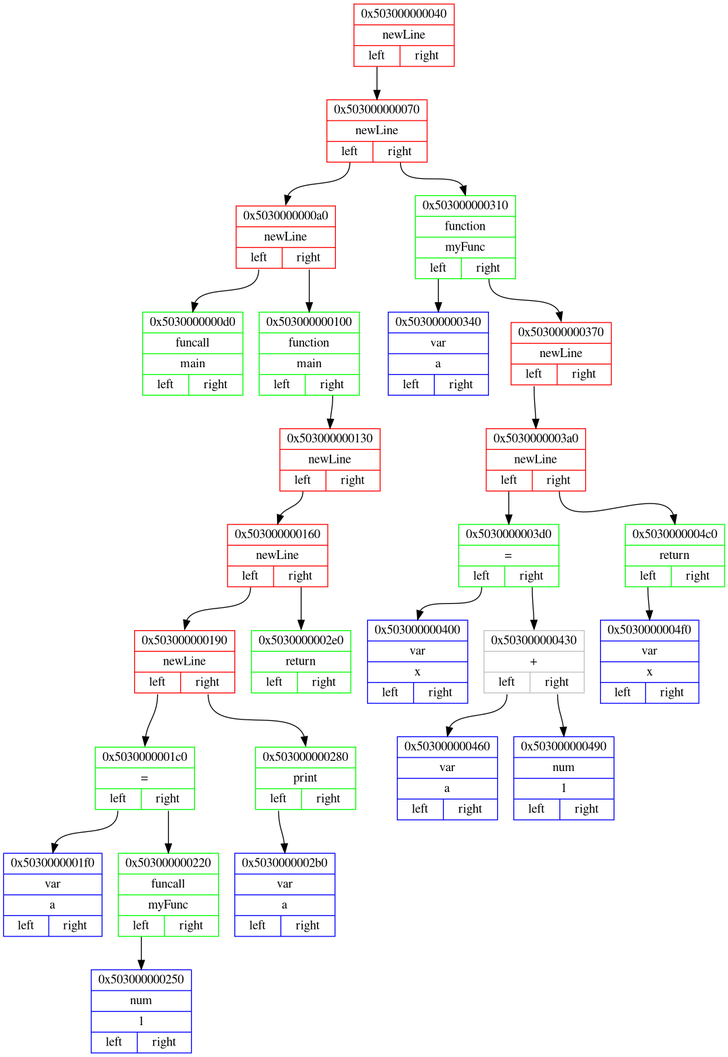
Before: png_files/backendDotFile.dot.png, a diagram exported from Graphviz (Matvey787/myProgLanguage). Its source is kept beside it as dot_files/backendDotFile.dot.
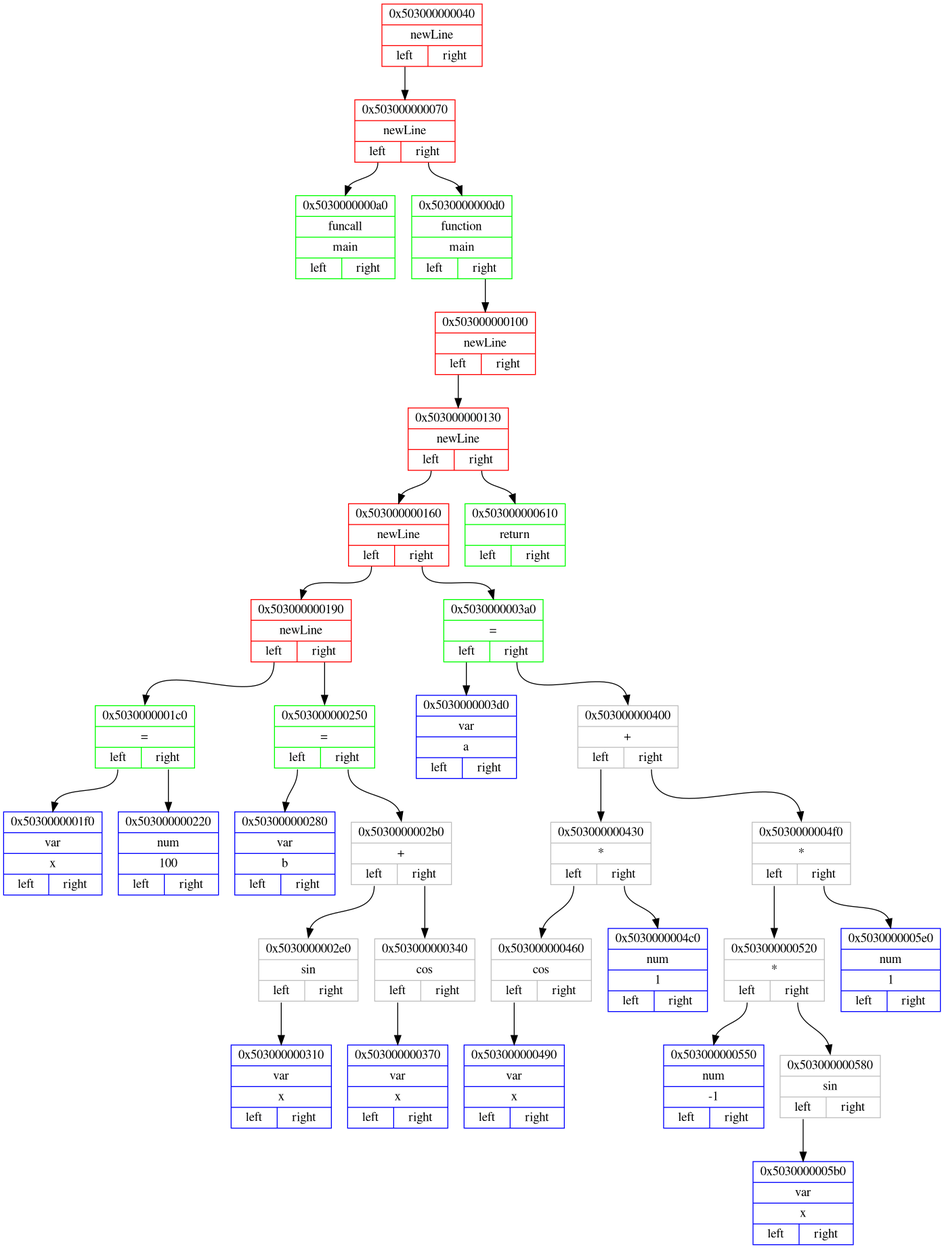
After the commit.

Change to the diagram source:
```diff
@@ -4,53 +4,65 @@
 
 node0x503000000040 [ shape=record, color = red rank = 1, label= "{ 0x503000000040 | newLine |         {<n0x503000000040_l> left | <n0x503000000040_r> right}} " ];
 node0x503000000070 [ shape=record, color = red rank = 2, label= "{ 0x503000000070 | newLine |         {<n0x503000000070_l> left | <n0x503000000070_r> right}} " ];
-node0x5030000000a0 [ shape=record, color = red rank = 3, label= "{ 0x5030000000a0 | newLine |         {<n0x5030000000a0_l> left | <n0x5030000000a0_r> right}} " ];
-node0x5030000000d0 [ shape=record, color = green rank = 4, label= "{ 0x5030000000d0 | funcall | main |         {<n0x5030000000d0_l> left | <n0x5030000000d0_r> right}} " ];
-node0x5030000000a0:<n0x5030000000a0_l>:s -> node0x5030000000d0:n [ color = black; ]
-node0x503000000100 [ shape=record, color = green rank = 5, label= "{ 0x503000000100 | function | main |         {<n0x503000000100_l> left | <n0x503000000100_r> right}} " ];
+node0x5030000000a0 [ shape=record, color = green rank = 3, label= "{ 0x5030000000a0 | funcall | main |         {<n0x5030000000a0_l> left | <n0x5030000000a0_r> right}} " ];
+node0x503000000070:<n0x503000000070_l>:s -> node0x5030000000a0:n [ color = black; ]
+node0x5030000000d0 [ shape=record, color = green rank = 4, label= "{ 0x5030000000d0 | function | main |         {<n0x5030000000d0_l> left | <n0x5030000000d0_r> right}} " ];
+node0x503000000100 [ shape=record, color = red rank = 5, label= "{ 0x503000000100 | newLine |         {<n0x503000000100_l> left | <n0x503000000100_r> right}} " ];
 node0x503000000130 [ shape=record, color = red rank = 6, label= "{ 0x503000000130 | newLine |         {<n0x503000000130_l> left | <n0x503000000130_r> right}} " ];
 node0x503000000160 [ shape=record, color = red rank = 7, label= "{ 0x503000000160 | newLine |         {<n0x503000000160_l> left | <n0x503000000160_r> right}} " ];
 node0x503000000190 [ shape=record, color = red rank = 8, label= "{ 0x503000000190 | newLine |         {<n0x503000000190_l> left | <n0x503000000190_r> right}} " ];
 node0x5030000001c0 [ shape=record, color = green rank = 9, label= "{ 0x5030000001c0 | = |         {<n0x5030000001c0_l> left | <n0x5030000001c0_r> right}} " ];
-node0x5030000001f0 [ shape=record, color = blue rank = 10, label= "{ 0x5030000001f0 | var | a |         {<n0x5030000001f0_l> left | <n0x5030000001f0_r> right}} " ];
+node0x5030000001f0 [ shape=record, color = blue rank = 10, label= "{ 0x5030000001f0 | var | x |         {<n0x5030000001f0_l> left | <n0x5030000001f0_r> right}} " ];
 node0x5030000001c0:<n0x5030000001c0_l>:s -> node0x5030000001f0:n [ color = black; ]
-node0x503000000220 [ shape=record, color = green rank = 11, label= "{ 0x503000000220 | funcall | myFunc |         {<n0x503000000220_l> left | <n0x503000000220_r> right}} " ];
-node0x503000000250 [ shape=record, color = blue rank = 12, label= "{ 0x503000000250 | num | 1 |         {<n0x503000000250_l> left | <n0x503000000250_r> right}} " ];
-node0x503000000220:<n0x503000000220_l>:s -> node0x503000000250:n [ color = black; ]
+node0x503000000220 [ shape=record, color = blue rank = 11, label= "{ 0x503000000220 | num | 100 |         {<n0x503000000220_l> left | <n0x503000000220_r> right}} " ];
 node0x5030000001c0:<n0x5030000001c0_r>:s -> node0x503000000220:n [ color = black; ]
 node0x503000000190:<n0x503000000190_l>:s -> node0x5030000001c0:n [ color = black; ]
-node0x503000000280 [ shape=record, color = green rank = 10, label= "{ 0x503000000280 | print |         {<n0x503000000280_l> left | <n0x503000000280_r> right}} " ];
-node0x5030000002b0 [ shape=record, color = blue rank = 11, label= "{ 0x5030000002b0 | var | a |         {<n0x5030000002b0_l> left | <n0x5030000002b0_r> right}} " ];
-node0x503000000280:<n0x503000000280_l>:s -> node0x5030000002b0:n [ color = black; ]
-node0x503000000190:<n0x503000000190_r>:s -> node0x503000000280:n [ color = black; ]
+node0x503000000250 [ shape=record, color = green rank = 10, label= "{ 0x503000000250 | = |         {<n0x503000000250_l> left | <n0x503000000250_r> right}} " ];
+node0x503000000280 [ shape=record, color = blue rank = 11, label= "{ 0x503000000280 | var | b |         {<n0x503000000280_l> left | <n0x503000000280_r> right}} " ];
+node0x503000000250:<n0x503000000250_l>:s -> node0x503000000280:n [ color = black; ]
+node0x5030000002b0 [ shape=record, color = grey rank = 12, label= "{ 0x5030000002b0 | + |         {<n0x5030000002b0_l> left | <n0x5030000002b0_r> right}} " ];
+node0x5030000002e0 [ shape=record, color = grey rank = 13, label= "{ 0x5030000002e0 | sin |         {<n0x5030000002e0_l> left | <n0x5030000002e0_r> right}} " ];
+node0x503000000310 [ shape=record, color = blue rank = 14, label= "{ 0x503000000310 | var | x |         {<n0x503000000310_l> left | <n0x503000000310_r> right}} " ];
+node0x5030000002e0:<n0x5030000002e0_l>:s -> node0x503000000310:n [ color = black; ]
+node0x5030000002b0:<n0x5030000002b0_l>:s -> node0x5030000002e0:n [ color = black; ]
+node0x503000000340 [ shape=record, color = grey rank = 14, label= "{ 0x503000000340 | cos |         {<n0x503000000340_l> left | <n0x503000000340_r> right}} " ];
+node0x503000000370 [ shape=record, color = blue rank = 15, label= "{ 0x503000000370 | var | x |         {<n0x503000000370_l> left | <n0x503000000370_r> right}} " ];
+node0x503000000340:<n0x503000000340_l>:s -> node0x503000000370:n [ color = black; ]
+node0x5030000002b0:<n0x5030000002b0_r>:s -> node0x503000000340:n [ color = black; ]
+node0x503000000250:<n0x503000000250_r>:s -> node0x5030000002b0:n [ color = black; ]
+node0x503000000190:<n0x503000000190_r>:s -> node0x503000000250:n [ color = black; ]
 node0x503000000160:<n0x503000000160_l>:s -> node0x503000000190:n [ color = black; ]
-node0x5030000002e0 [ shape=record, color = green rank = 9, label= "{ 0x5030000002e0 | return |         {<n0x5030000002e0_l> left | <n0x5030000002e0_r> right}} " ];
-node0x503000000160:<n0x503000000160_r>:s -> node0x5030000002e0:n [ color = black; ]
+node0x5030000003a0 [ shape=record, color = green rank = 9, label= "{ 0x5030000003a0 | = |         {<n0x5030000003a0_l> left | <n0x5030000003a0_r> right}} " ];
+node0x5030000003d0 [ shape=record, color = blue rank = 10, label= "{ 0x5030000003d0 | var | a |         {<n0x5030000003d0_l> left | <n0x5030000003d0_r> right}} " ];
+node0x5030000003a0:<n0x5030000003a0_l>:s -> node0x5030000003d0:n [ color = black; ]
+node0x503000000400 [ shape=record, color = grey rank = 11, label= "{ 0x503000000400 | + |         {<n0x503000000400_l> left | <n0x503000000400_r> right}} " ];
+node0x503000000430 [ shape=record, color = grey rank = 12, label= "{ 0x503000000430 | * |         {<n0x503000000430_l> left | <n0x503000000430_r> right}} " ];
+node0x503000000460 [ shape=record, color = grey rank = 13, label= "{ 0x503000000460 | cos |         {<n0x503000000460_l> left | <n0x503000000460_r> right}} " ];
+node0x503000000490 [ shape=record, color = blue rank = 14, label= "{ 0x503000000490 | var | x |         {<n0x503000000490_l> left | <n0x503000000490_r> right}} " ];
+node0x503000000460:<n0x503000000460_l>:s -> node0x503000000490:n [ color = black; ]
+node0x503000000430:<n0x503000000430_l>:s -> node0x503000000460:n [ color = black; ]
+node0x5030000004c0 [ shape=record, color = blue rank = 14, label= "{ 0x5030000004c0 | num | 1 |         {<n0x5030000004c0_l> left | <n0x5030000004c0_r> right}} " ];
+node0x503000000430:<n0x503000000430_r>:s -> node0x5030000004c0:n [ color = black; ]
+node0x503000000400:<n0x503000000400_l>:s -> node0x503000000430:n [ color = black; ]
+node0x5030000004f0 [ shape=record, color = grey rank = 13, label= "{ 0x5030000004f0 | * |         {<n0x5030000004f0_l> left | <n0x5030000004f0_r> right}} " ];
+node0x503000000520 [ shape=record, color = grey rank = 14, label= "{ 0x503000000520 | * |         {<n0x503000000520_l> left | <n0x503000000520_r> right}} " ];
+node0x503000000550 [ shape=record, color = blue rank = 15, label= "{ 0x503000000550 | num | -1 |         {<n0x503000000550_l> left | <n0x503000000550_r> right}} " ];
+node0x503000000520:<n0x503000000520_l>:s -> node0x503000000550:n [ color = black; ]
+node0x503000000580 [ shape=record, color = grey rank = 16, label= "{ 0x503000000580 | sin |         {<n0x503000000580_l> left | <n0x503000000580_r> right}} " ];
+node0x5030000005b0 [ shape=record, color = blue rank = 17, label= "{ 0x5030000005b0 | var | x |         {<n0x5030000005b0_l> left | <n0x5030000005b0_r> right}} " ];
+node0x503000000580:<n0x503000000580_l>:s -> node0x5030000005b0:n [ color = black; ]
+node0x503000000520:<n0x503000000520_r>:s -> node0x503000000580:n [ color = black; ]
+node0x5030000004f0:<n0x5030000004f0_l>:s -> node0x503000000520:n [ color = black; ]
+node0x5030000005e0 [ shape=record, color = blue rank = 15, label= "{ 0x5030000005e0 | num | 1 |         {<n0x5030000005e0_l> left | <n0x5030000005e0_r> right}} " ];
+node0x5030000004f0:<n0x5030000004f0_r>:s -> node0x5030000005e0:n [ color = black; ]
+node0x503000000400:<n0x503000000400_r>:s -> node0x5030000004f0:n [ color = black; ]
+node0x5030000003a0:<n0x5030000003a0_r>:s -> node0x503000000400:n [ color = black; ]
+node0x503000000160:<n0x503000000160_r>:s -> node0x5030000003a0:n [ color = black; ]
 node0x503000000130:<n0x503000000130_l>:s -> node0x503000000160:n [ color = black; ]
-node0x503000000100:<n0x503000000100_r>:s -> node0x503000000130:n [ color = black; ]
-node0x5030000000a0:<n0x5030000000a0_r>:s -> node0x503000000100:n [ color = black; ]
-node0x503000000070:<n0x503000000070_l>:s -> node0x5030000000a0:n [ color = black; ]
-node0x503000000310 [ shape=record, color = green rank = 4, label= "{ 0x503000000310 | function | myFunc |         {<n0x503000000310_l> left | <n0x503000000310_r> right}} " ];
-node0x503000000340 [ shape=record, color = blue rank = 5, label= "{ 0x503000000340 | var | a |         {<n0x503000000340_l> left | <n0x503000000340_r> right}} " ];
-node0x503000000310:<n0x503000000310_l>:s -> node0x503000000340:n [ color = black; ]
-node0x503000000370 [ shape=record, color = red rank = 6, label= "{ 0x503000000370 | newLine |         {<n0x503000000370_l> left | <n0x503000000370_r> right}} " ];
-node0x5030000003a0 [ shape=record, color = red rank = 7, label= "{ 0x5030000003a0 | newLine |         {<n0x5030000003a0_l> left | <n0x5030000003a0_r> right}} " ];
-node0x5030000003d0 [ shape=record, color = green rank = 8, label= "{ 0x5030000003d0 | = |         {<n0x5030000003d0_l> left | <n0x5030000003d0_r> right}} " ];
-node0x503000000400 [ shape=record, color = blue rank = 9, label= "{ 0x503000000400 | var | x |         {<n0x503000000400_l> left | <n0x503000000400_r> right}} " ];
-node0x5030000003d0:<n0x5030000003d0_l>:s -> node0x503000000400:n [ color = black; ]
-node0x503000000430 [ shape=record, color = grey rank = 10, label= "{ 0x503000000430 | + |         {<n0x503000000430_l> left | <n0x503000000430_r> right}} " ];
-node0x503000000460 [ shape=record, color = blue rank = 11, label= "{ 0x503000000460 | var | a |         {<n0x503000000460_l> left | <n0x503000000460_r> right}} " ];
-node0x503000000430:<n0x503000000430_l>:s -> node0x503000000460:n [ color = black; ]
-node0x503000000490 [ shape=record, color = blue rank = 12, label= "{ 0x503000000490 | num | 1 |         {<n0x503000000490_l> left | <n0x503000000490_r> right}} " ];
-node0x503000000430:<n0x503000000430_r>:s -> node0x503000000490:n [ color = black; ]
-node0x5030000003d0:<n0x5030000003d0_r>:s -> node0x503000000430:n [ color = black; ]
-node0x5030000003a0:<n0x5030000003a0_l>:s -> node0x5030000003d0:n [ color = black; ]
-node0x5030000004c0 [ shape=record, color = green rank = 9, label= "{ 0x5030000004c0 | return |         {<n0x5030000004c0_l> left | <n0x5030000004c0_r> right}} " ];
-node0x5030000004f0 [ shape=record, color = blue rank = 10, label= "{ 0x5030000004f0 | var | x |         {<n0x5030000004f0_l> left | <n0x5030000004f0_r> right}} " ];
-node0x5030000004c0:<n0x5030000004c0_l>:s -> node0x5030000004f0:n [ color = black; ]
-node0x5030000003a0:<n0x5030000003a0_r>:s -> node0x5030000004c0:n [ color = black; ]
-node0x503000000370:<n0x503000000370_l>:s -> node0x5030000003a0:n [ color = black; ]
-node0x503000000310:<n0x503000000310_r>:s -> node0x503000000370:n [ color = black; ]
-node0x503000000070:<n0x503000000070_r>:s -> node0x503000000310:n [ color = black; ]
+node0x503000000610 [ shape=record, color = green rank = 8, label= "{ 0x503000000610 | return |         {<n0x503000000610_l> left | <n0x503000000610_r> right}} " ];
+node0x503000000130:<n0x503000000130_r>:s -> node0x503000000610:n [ color = black; ]
+node0x503000000100:<n0x503000000100_l>:s -> node0x503000000130:n [ color = black; ]
+node0x5030000000d0:<n0x5030000000d0_r>:s -> node0x503000000100:n [ color = black; ]
+node0x503000000070:<n0x503000000070_r>:s -> node0x5030000000d0:n [ color = black; ]
 node0x503000000040:<n0x503000000040_l>:s -> node0x503000000070:n [ color = black; ]
 }
```
